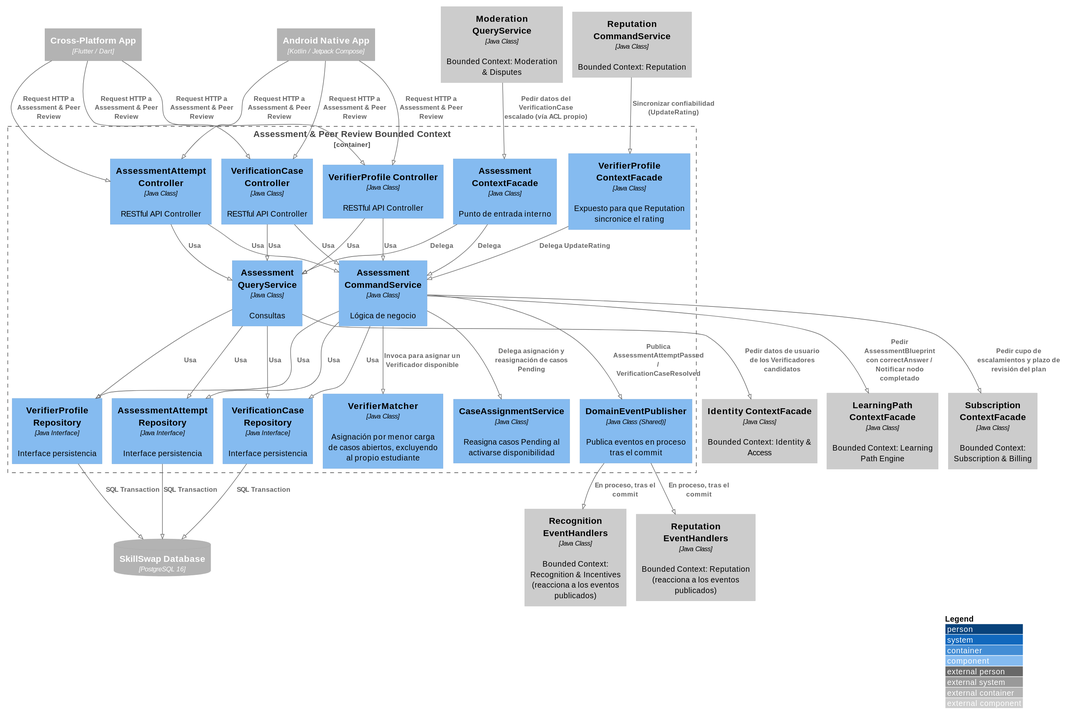
The PlantUML diagram images-doc/AssessmentPeerReviewComponent.svg in Aplicaciones-Dispositivos-Moviles/SkillSwap-ProjectReport, before a commit.
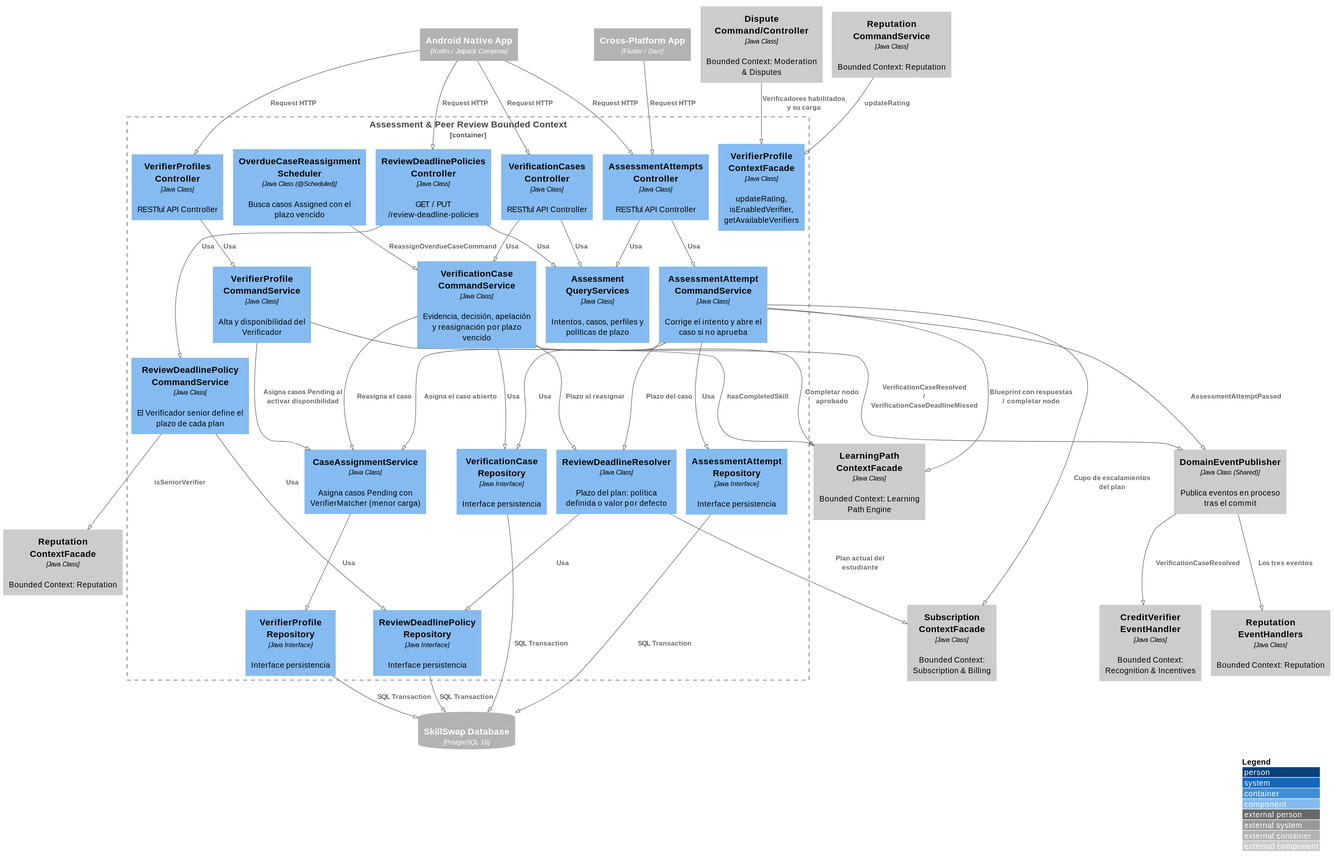
The same diagram one commit later.

What changed in the source:
```diff
@@ -9,69 +9,78 @@
 ContainerDb_Ext(mainDB, "SkillSwap Database", "PostgreSQL 16")
 
 Container_Boundary(assessmentBC, "Assessment & Peer Review Bounded Context") {
-    Component(assessmentAttemptController, "AssessmentAttempt Controller", "Java Class", "RESTful API Controller")
-    Component(verificationCaseController, "VerificationCase Controller", "Java Class", "RESTful API Controller")
-    Component(verifierProfileController, "VerifierProfile Controller", "Java Class", "RESTful API Controller")
-    Component(assessmentCommandService, "Assessment CommandService", "Java Class", "Lógica de negocio")
-    Component(assessmentQueryService, "Assessment QueryService", "Java Class", "Consultas")
-    Component(verifierMatcher, "VerifierMatcher", "Java Class", "Asignación por menor carga de casos abiertos, excluyendo al propio estudiante")
-    Component(caseAssignmentService, "CaseAssignmentService", "Java Class", "Reasigna casos Pending al activarse disponibilidad")
+    Component(assessmentAttemptController, "AssessmentAttempts Controller", "Java Class", "RESTful API Controller")
+    Component(verificationCaseController, "VerificationCases Controller", "Java Class", "RESTful API Controller")
+    Component(verifierProfileController, "VerifierProfiles Controller", "Java Class", "RESTful API Controller")
+    Component(reviewDeadlinePoliciesController, "ReviewDeadlinePolicies Controller", "Java Class", "GET / PUT /review-deadline-policies")
+    Component(attemptCommandService, "AssessmentAttempt CommandService", "Java Class", "Corrige el intento y abre el caso si no aprueba")
+    Component(caseCommandService, "VerificationCase CommandService", "Java Class", "Evidencia, decisión, apelación y reasignación por plazo vencido")
+    Component(verifierProfileCommandService, "VerifierProfile CommandService", "Java Class", "Alta y disponibilidad del Verificador")
+    Component(deadlinePolicyCommandService, "ReviewDeadlinePolicy CommandService", "Java Class", "El Verificador senior define el plazo de cada plan")
+    Component(assessmentQueryServices, "Assessment QueryServices", "Java Class", "Intentos, casos, perfiles y políticas de plazo")
+    Component(caseAssignmentService, "CaseAssignmentService", "Java Class", "Asigna casos Pending con VerifierMatcher (menor carga)")
+    Component(reviewDeadlineResolver, "ReviewDeadlineResolver", "Java Class", "Plazo del plan: política definida o valor por defecto")
+    Component(overdueScheduler, "OverdueCaseReassignment Scheduler", "Java Class (@Scheduled)", "Busca casos Assigned con el plazo vencido")
     Component(attemptRepository, "AssessmentAttempt Repository", "Java Interface", "Interface persistencia")
+    Component(caseRepository, "VerificationCase Repository", "Java Interface", "Interface persistencia")
     Component(verifierProfileRepository, "VerifierProfile Repository", "Java Interface", "Interface persistencia")
-    Component(caseRepository, "VerificationCase Repository", "Java Interface", "Interface persistencia")
-    Component(domainEventPublisher, "DomainEventPublisher", "Java Class (Shared)", "Publica eventos en proceso tras el commit")
-    Component(assessmentContextFacade, "Assessment ContextFacade", "Java Class", "Punto de entrada interno")
-    Component(verifierProfileContextFacade, "VerifierProfile ContextFacade", "Java Class", "Expuesto para que Reputation sincronice el rating")
+    Component(deadlinePolicyRepository, "ReviewDeadlinePolicy Repository", "Java Interface", "Interface persistencia")
+    Component(verifierProfileContextFacade, "VerifierProfile ContextFacade", "Java Class", "updateRating, isEnabledVerifier, getAvailableVerifiers")
 }
 
+Component_Ext(domainEventPublisher, "DomainEventPublisher", "Java Class (Shared)", "Publica eventos en proceso tras el commit")
 Component_Ext(pathEngineContextFacade, "LearningPath ContextFacade", "Java Class", "Bounded Context: Learning Path Engine")
-Component_Ext(identityContextFacade, "Identity ContextFacade", "Java Class", "Bounded Context: Identity & Access")
+Component_Ext(subscriptionContextFacade, "Subscription ContextFacade", "Java Class", "Bounded Context: Subscription & Billing")
+Component_Ext(reputationContextFacade, "Reputation ContextFacade", "Java Class", "Bounded Context: Reputation")
+Component_Ext(reputationEventHandlers, "Reputation EventHandlers", "Java Class", "Bounded Context: Reputation")
+Component_Ext(recognitionEventHandlers, "CreditVerifier EventHandler", "Java Class", "Bounded Context: Recognition & Incentives")
 Component_Ext(reputationCommandService, "Reputation CommandService", "Java Class", "Bounded Context: Reputation")
-Component_Ext(reputationEventHandlers, "Reputation EventHandlers", "Java Class", "Bounded Context: Reputation (reacciona a los eventos publicados)")
-Component_Ext(recognitionEventHandlers, "Recognition EventHandlers", "Java Class", "Bounded Context: Recognition & Incentives (reacciona a los eventos publicados)")
-Component_Ext(moderationQueryService, "Moderation QueryService", "Java Class", "Bounded Context: Moderation & Disputes")
-Component_Ext(subscriptionContextFacade, "Subscription ContextFacade", "Java Class", "Bounded Context: Subscription & Billing")
+Component_Ext(disputeServices, "Dispute Command/Controller", "Java Class", "Bounded Context: Moderation & Disputes")
 
-Rel(androidApp, assessmentAttemptController, "Request HTTP a Assessment & Peer Review")
-Rel(flutterApp, assessmentAttemptController, "Request HTTP a Assessment & Peer Review")
-Rel(androidApp, verificationCaseController, "Request HTTP a Assessment & Peer Review")
-Rel(flutterApp, verificationCaseController, "Request HTTP a Assessment & Peer Review")
-Rel(androidApp, verifierProfileController, "Request HTTP a Assessment & Peer Review")
-Rel(flutterApp, verifierProfileController, "Request HTTP a Assessment & Peer Review")
+Rel(androidApp, assessmentAttemptController, "Request HTTP")
+Rel(flutterApp, assessmentAttemptController, "Request HTTP")
+Rel(androidApp, verificationCaseController, "Request HTTP")
+Rel(androidApp, verifierProfileController, "Request HTTP")
+Rel(androidApp, reviewDeadlinePoliciesController, "Request HTTP")
 
-Rel(assessmentAttemptController, assessmentCommandService, "Usa")
-Rel(assessmentAttemptController, assessmentQueryService, "Usa")
-Rel(verificationCaseController, assessmentCommandService, "Usa")
-Rel(verificationCaseController, assessmentQueryService, "Usa")
-Rel(verifierProfileController, assessmentCommandService, "Usa")
-Rel(verifierProfileController, assessmentQueryService, "Usa")
+Rel(assessmentAttemptController, attemptCommandService, "Usa")
+Rel(verificationCaseController, caseCommandService, "Usa")
+Rel(verifierProfileController, verifierProfileCommandService, "Usa")
+Rel(reviewDeadlinePoliciesController, deadlinePolicyCommandService, "Usa")
+Rel(assessmentAttemptController, assessmentQueryServices, "Usa")
+Rel(verificationCaseController, assessmentQueryServices, "Usa")
+Rel(reviewDeadlinePoliciesController, assessmentQueryServices, "Usa")
 
-Rel(assessmentCommandService, attemptRepository, "Usa")
-Rel(assessmentCommandService, verifierProfileRepository, "Usa")
-Rel(assessmentCommandService, caseRepository, "Usa")
-Rel(assessmentQueryService, attemptRepository, "Usa")
-Rel(assessmentQueryService, verifierProfileRepository, "Usa")
-Rel(assessmentQueryService, caseRepository, "Usa")
+Rel(attemptCommandService, caseAssignmentService, "Asigna el caso abierto")
+Rel(verifierProfileCommandService, caseAssignmentService, "Asigna casos Pending al activar disponibilidad")
+Rel(caseCommandService, caseAssignmentService, "Reasigna el caso")
+Rel(attemptCommandService, reviewDeadlineResolver, "Plazo del caso")
+Rel(caseCommandService, reviewDeadlineResolver, "Plazo al reasignar")
+Rel(overdueScheduler, caseCommandService, "ReassignOverdueCaseCommand")
 
+Rel(attemptCommandService, attemptRepository, "Usa")
+Rel(attemptCommandService, caseRepository, "Usa")
+Rel(caseCommandService, caseRepository, "Usa")
+Rel(caseAssignmentService, verifierProfileRepository, "Usa")
+Rel(deadlinePolicyCommandService, deadlinePolicyRepository, "Usa")
+Rel(reviewDeadlineResolver, deadlinePolicyRepository, "Usa")
 Rel(attemptRepository, mainDB, "SQL Transaction")
+Rel(caseRepository, mainDB, "SQL Transaction")
 Rel(verifierProfileRepository, mainDB, "SQL Transaction")
-Rel(caseRepository, mainDB, "SQL Transaction")
+Rel(deadlinePolicyRepository, mainDB, "SQL Transaction")
 
-Rel(assessmentCommandService, verifierMatcher, "Invoca para asignar un Verificador disponible")
-Rel(assessmentCommandService, caseAssignmentService, "Delega asignación y reasignación de casos Pending")
+Rel(attemptCommandService, pathEngineContextFacade, "Blueprint con respuestas / completar nodo")
+Rel(caseCommandService, pathEngineContextFacade, "Completar nodo aprobado")
+Rel(verifierProfileCommandService, pathEngineContextFacade, "hasCompletedSkill")
+Rel(attemptCommandService, subscriptionContextFacade, "Cupo de escalamientos del plan")
+Rel(reviewDeadlineResolver, subscriptionContextFacade, "Plan actual del estudiante")
+Rel(deadlinePolicyCommandService, reputationContextFacade, "isSeniorVerifier")
 
-Rel(assessmentCommandService, pathEngineContextFacade, "Pedir AssessmentBlueprint con correctAnswer / Notificar nodo completado")
-Rel(assessmentCommandService, subscriptionContextFacade, "Pedir cupo de escalamientos y plazo de revisión del plan")
-Rel(assessmentQueryService, identityContextFacade, "Pedir datos de usuario de los Verificadores candidatos")
+Rel(attemptCommandService, domainEventPublisher, "AssessmentAttemptPassed")
+Rel(caseCommandService, domainEventPublisher, "VerificationCaseResolved / VerificationCaseDeadlineMissed")
+Rel(domainEventPublisher, reputationEventHandlers, "Los tres eventos")
+Rel(domainEventPublisher, recognitionEventHandlers, "VerificationCaseResolved")
 
-Rel(assessmentCommandService, domainEventPublisher, "Publica AssessmentAttemptPassed / VerificationCaseResolved")
-Rel(domainEventPublisher, reputationEventHandlers, "En proceso, tras el commit")
-Rel(domainEventPublisher, recognitionEventHandlers, "En proceso, tras el commit")
-
-Rel(assessmentContextFacade, assessmentCommandService, "Delega")
-Rel(assessmentContextFacade, assessmentQueryService, "Delega")
-Rel(verifierProfileContextFacade, assessmentCommandService, "Delega UpdateRating")
-
-Rel(moderationQueryService, assessmentContextFacade, "Pedir datos del VerificationCase escalado (vía ACL propio)")
-Rel(reputationCommandService, verifierProfileContextFacade, "Sincronizar confiabilidad (UpdateRating)")
+Rel(reputationCommandService, verifierProfileContextFacade, "updateRating")
+Rel(disputeServices, verifierProfileContextFacade, "Verificadores habilitados y su carga")
 @enduml
```
